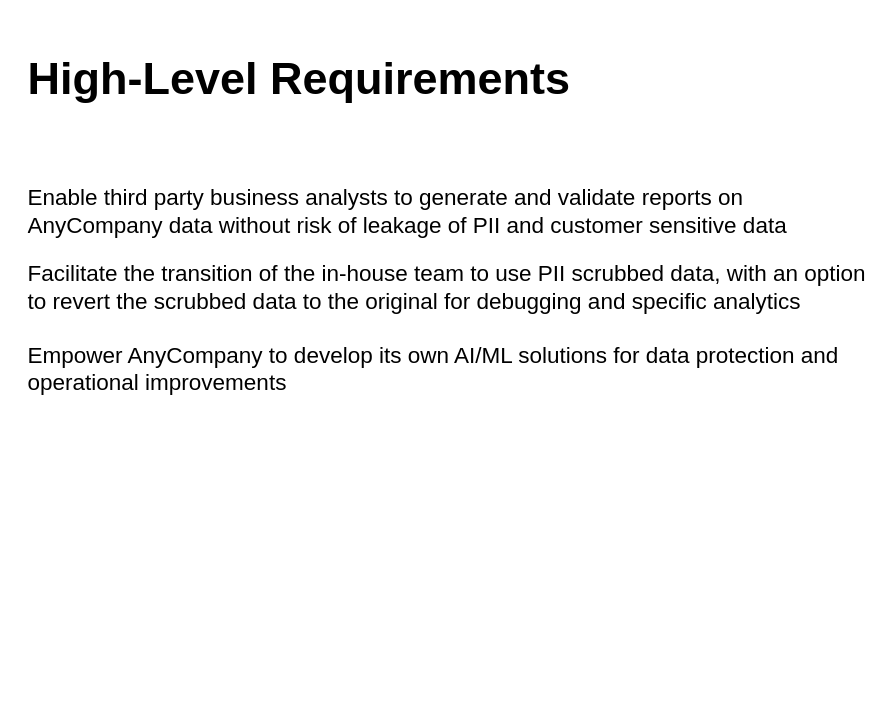
fotoby/ab3 keeps this draw.io diagram as page "H-L Reqs." (2 of 6) of AB2 - 2022-12-04-v1.drawio. Above is the earlier version. Source tidied: cells renumbered, new cells numbered last; positions are measured from the earlier drawing's top-left corner, leaving out a move shared by most shapes. Both pictures are drawn from the tidied source at 125%, with x=0, y=0 at pixel (21, 34).
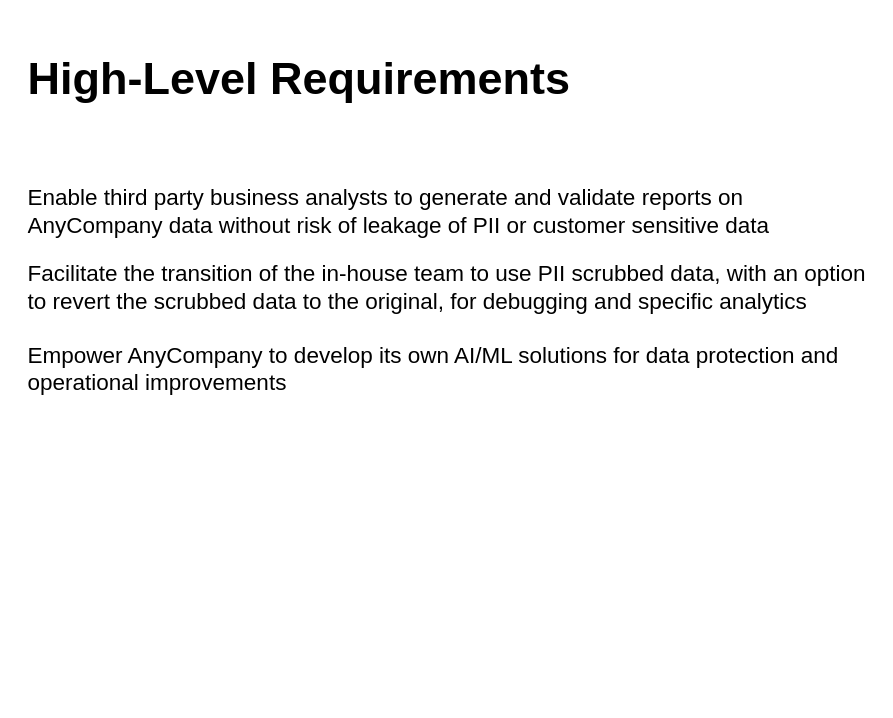
The same page after the edit.

Change to the diagram source:
```diff
@@
 <mxGraphModel>
   <root>
     <mxCell id="0" />
     <mxCell id="1" parent="0" />
-    <mxCell id="2" value="&lt;h1&gt;High-Level Requirements&lt;/h1&gt;&lt;p&gt;&lt;b&gt;&lt;br&gt;&lt;/b&gt;&lt;/p&gt;&lt;p&gt;Enable third party business analysts to generate and validate reports on AnyCompany data without risk of leakage of PII and customer sensitive data&lt;br&gt;&lt;/p&gt;&lt;p&gt;&lt;/p&gt;Facilitate the transition of the in-house team to use PII scrubbed data, with an option to revert the scrubbed data to the original for debugging and specific analytics&lt;br&gt;&lt;br&gt;Empower AnyCompany to develop its own AI/ML solutions for data protection and operational improvements&lt;br&gt;&lt;br&gt;&lt;br&gt;&lt;p&gt;&lt;/p&gt;" style="text;html=1;strokeColor=none;fillColor=none;spacing=5;spacingTop=-20;whiteSpace=wrap;overflow=hidden;rounded=0;shadow=0;labelBorderColor=none;fontSize=18;fontColor=#000000;" parent="1" vertex="1">
+    <mxCell id="2" value="&lt;h1&gt;High-Level Requirements&lt;/h1&gt;&lt;p&gt;&lt;b&gt;&lt;br&gt;&lt;/b&gt;&lt;/p&gt;&lt;p&gt;Enable third party business analysts to generate and validate reports on AnyCompany data without risk of leakage of PII or customer sensitive data&lt;br&gt;&lt;/p&gt;&lt;p&gt;&lt;/p&gt;Facilitate the transition of the in-house team to use PII scrubbed data, with an option to revert the scrubbed data to the original, for debugging and specific analytics&lt;br&gt;&lt;br&gt;Empower AnyCompany to develop its own AI/ML solutions for data protection and operational improvements&lt;br&gt;&lt;br&gt;&lt;br&gt;&lt;p&gt;&lt;/p&gt;" style="text;html=1;strokeColor=none;fillColor=none;spacing=5;spacingTop=-20;whiteSpace=wrap;overflow=hidden;rounded=0;shadow=0;labelBorderColor=none;fontSize=18;fontColor=#000000;" parent="1" vertex="1">
       <mxGeometry width="680" height="530" as="geometry" />
     </mxCell>
   </root>
 </mxGraphModel>
```
